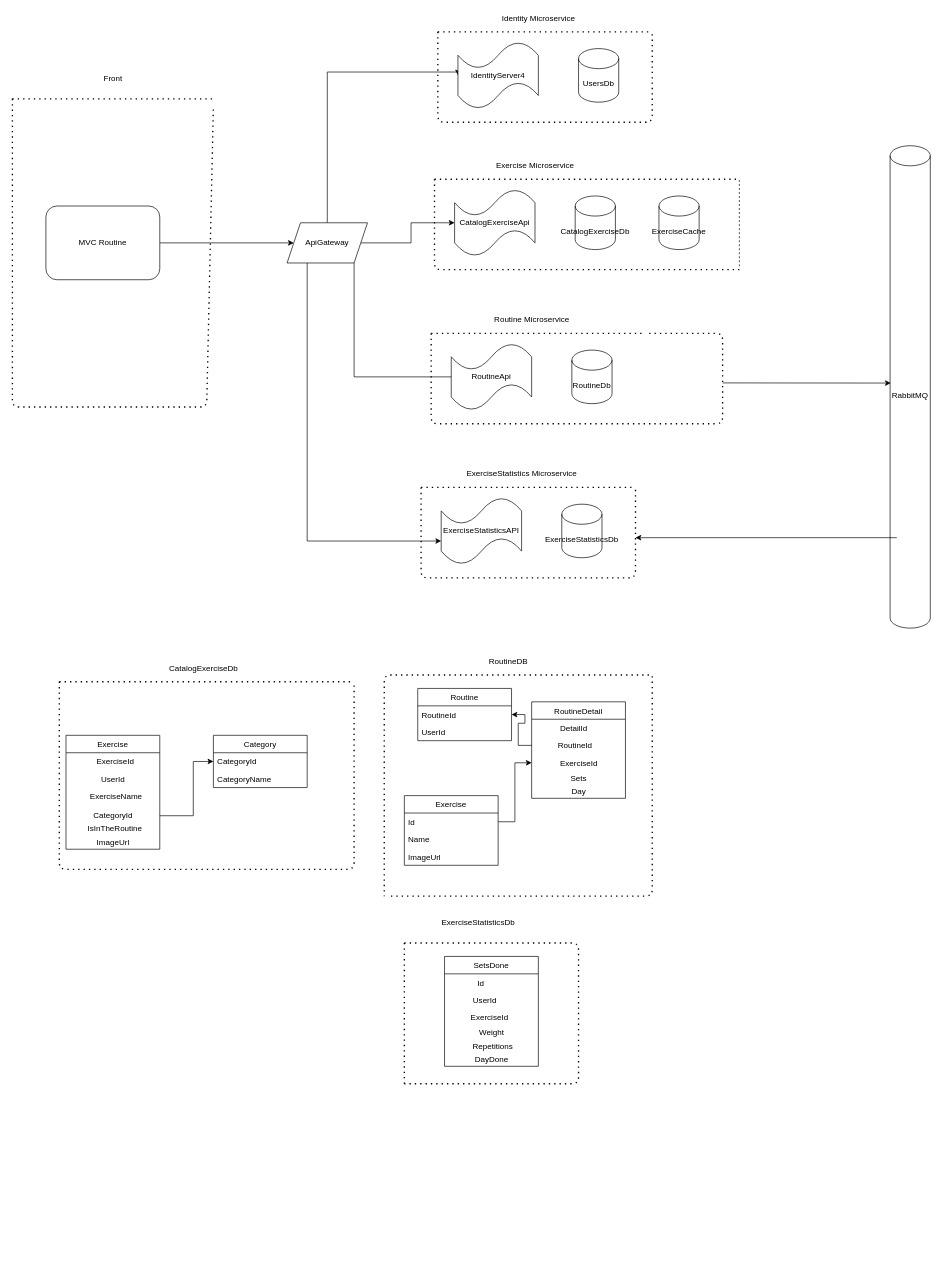
Above: src/RoutineAppDiagram.drawio in kevin982/RoutineApp (draw.io), before the change. Source tidied: cells renumbered, new cells numbered last; positions are measured from the earlier drawing's top-left corner, leaving out a move shared by most shapes. Both pictures are drawn from the tidied source at 67%, with x=0, y=0 at pixel (12, 11).
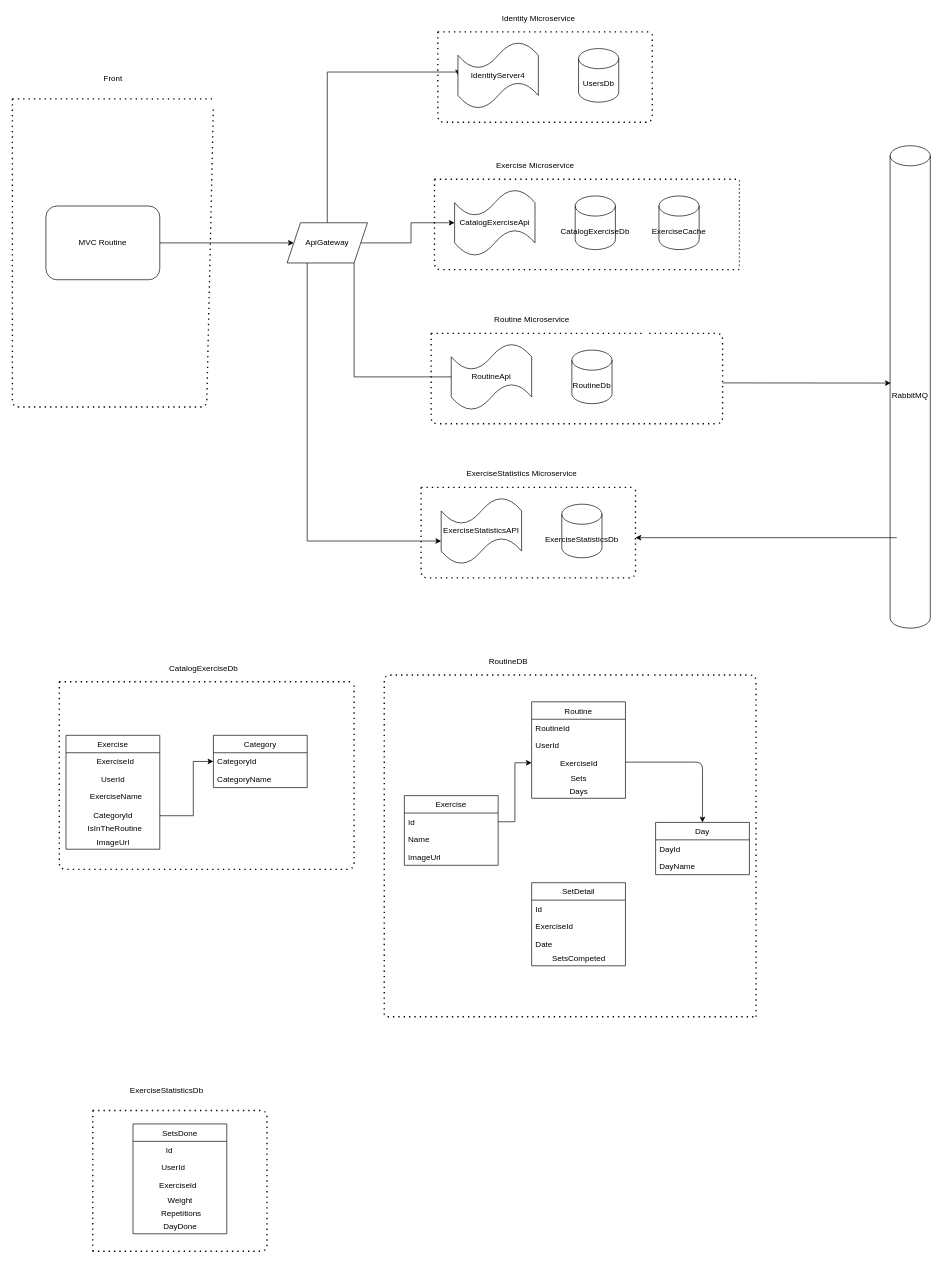
The same page after the edit.

What changed in the source:
```diff
@@
-    <mxCell id="48" value="Routine" style="swimlane;fontStyle=0;horizontal=1;startSize=26;" parent="1" vertex="1">
-      <mxGeometry x="605" y="1010" width="140" height="78" as="geometry" />
-    </mxCell>
-    <mxCell id="49" value="RoutineId" style="text;strokeColor=none;fillColor=none;align=left;verticalAlign=top;spacingLeft=4;spacingRight=4;overflow=hidden;points=[[0,0.5],[1,0.5]];portConstraint=eastwest;" parent="48" vertex="1">
-      <mxGeometry y="26" width="140" height="26" as="geometry" />
-    </mxCell>
-    <mxCell id="50" value="UserId" style="text;strokeColor=none;fillColor=none;align=left;verticalAlign=top;spacingLeft=4;spacingRight=4;overflow=hidden;" parent="48" vertex="1">
-      <mxGeometry y="52" width="140" height="26" as="geometry" />
-    </mxCell>
-    <mxCell id="51" value="RoutineDetail" style="swimlane;fontStyle=0;horizontal=1;startSize=26;" parent="1" vertex="1">
+    <mxCell id="51" value="Routine" style="swimlane;fontStyle=0;horizontal=1;startSize=26;" parent="1" vertex="1">
       <mxGeometry x="775" y="1030" width="140" height="144" as="geometry" />
     </mxCell>
-    <mxCell id="52" value="           DetailId" style="text;strokeColor=none;fillColor=none;align=left;verticalAlign=top;spacingLeft=4;spacingRight=4;overflow=hidden;" parent="51" vertex="1">
+    <mxCell id="52" value="RoutineId" style="text;strokeColor=none;fillColor=none;align=left;verticalAlign=top;spacingLeft=4;spacingRight=4;overflow=hidden;" parent="51" vertex="1">
       <mxGeometry y="26" width="140" height="26" as="geometry" />
     </mxCell>
-    <mxCell id="53" value="          RoutineId" style="text;strokeColor=none;fillColor=none;align=left;verticalAlign=top;spacingLeft=4;spacingRight=4;overflow=hidden;points=[[0,0.5],[1,0.5]];portConstraint=eastwest;" parent="51" vertex="1">
+    <mxCell id="53" value="UserId           " style="text;strokeColor=none;fillColor=none;align=left;verticalAlign=top;spacingLeft=4;spacingRight=4;overflow=hidden;points=[[0,0.5],[1,0.5]];portConstraint=eastwest;" parent="51" vertex="1">
       <mxGeometry y="52" width="140" height="26" as="geometry" />
     </mxCell>
@@
-    <mxCell id="56" value="Day" style="text;html=1;align=center;verticalAlign=middle;strokeColor=none;" parent="51" vertex="1">
+    <mxCell id="56" value="Days" style="text;html=1;align=center;verticalAlign=middle;strokeColor=none;" parent="51" vertex="1">
       <mxGeometry y="124" width="140" height="20" as="geometry" />
     </mxCell>
-    <mxCell id="57" style="edgeStyle=orthogonalEdgeStyle;rounded=0;jettySize=auto;html=1;entryX=1;entryY=0.5;entryDx=0;entryDy=0;" parent="1" edge="1" source="53" target="49">
-      <mxGeometry relative="1" as="geometry" />
-    </mxCell>
     <mxCell id="58" style="endArrow=none;dashed=1;html=1;dashPattern=1 3;strokeWidth=2;" parent="1" edge="1">
       <mxGeometry relative="1" as="geometry">
         <mxPoint x="950" y="990" as="sourcePoint" />
-        <mxPoint x="555" y="1320" as="targetPoint" />
+        <mxPoint x="555" y="1500" as="targetPoint" />
         <Array as="points">
           <mxPoint x="555" y="990" />
         </Array>
       </mxGeometry>
     </mxCell>
     <mxCell id="59" style="endArrow=none;dashed=1;html=1;dashPattern=1 3;strokeWidth=2;" parent="1" edge="1">
       <mxGeometry relative="1" as="geometry">
-        <mxPoint x="565" y="1320" as="sourcePoint" />
+        <mxPoint x="1110" y="1500" as="sourcePoint" />
         <mxPoint x="955" y="990" as="targetPoint" />
         <Array as="points">
-          <mxPoint x="955" y="1320" />
+          <mxPoint x="1110" y="1320" />
+          <mxPoint x="1110" y="990" />
         </Array>
       </mxGeometry>
     </mxCell>
@@
     <mxCell id="65" value="SetsDone" style="swimlane;fontStyle=0;horizontal=1;startSize=26;" parent="1" vertex="1">
-      <mxGeometry x="645" y="1410" width="140" height="164" as="geometry" />
+      <mxGeometry x="180" y="1660" width="140" height="164" as="geometry" />
     </mxCell>
@@
     <mxCell id="72" value="ExerciseStatisticsDb" style="text;html=1;align=center;verticalAlign=middle;strokeColor=none;" parent="1" vertex="1">
-      <mxGeometry x="635" y="1350" width="120" height="20" as="geometry" />
+      <mxGeometry x="170" y="1600" width="120" height="20" as="geometry" />
     </mxCell>
     <mxCell id="73" style="endArrow=none;dashed=1;html=1;dashPattern=1 3;strokeWidth=2;" parent="1" edge="1">
       <mxGeometry relative="1" as="geometry">
-        <mxPoint x="585" y="1390" as="sourcePoint" />
-        <mxPoint x="585" y="1600" as="targetPoint" />
+        <mxPoint x="120" y="1640" as="sourcePoint" />
+        <mxPoint x="120" y="1850" as="targetPoint" />
         <Array as="points">
-          <mxPoint x="845" y="1390" />
-          <mxPoint x="845" y="1600" />
+          <mxPoint x="380" y="1640" />
+          <mxPoint x="380" y="1850" />
         </Array>
       </mxGeometry>
     </mxCell>
     <mxCell id="74" style="endArrow=none;dashed=1;html=1;dashPattern=1 3;strokeWidth=2;" parent="1" edge="1">
       <mxGeometry relative="1" as="geometry">
-        <mxPoint x="585" y="1600" as="sourcePoint" />
-        <mxPoint x="585" y="1390" as="targetPoint" />
+        <mxPoint x="120" y="1850" as="sourcePoint" />
+        <mxPoint x="120" y="1640" as="targetPoint" />
       </mxGeometry>
     </mxCell>
@@
+    <mxCell id="79" value="Day" style="swimlane;fontStyle=0;horizontal=1;startSize=26;" parent="1" vertex="1">
+      <mxGeometry x="960" y="1210" width="140" height="78" as="geometry" />
+    </mxCell>
+    <mxCell id="80" value="DayId" style="text;strokeColor=none;fillColor=none;align=left;verticalAlign=top;spacingLeft=4;spacingRight=4;overflow=hidden;" parent="79" vertex="1">
+      <mxGeometry y="26" width="140" height="26" as="geometry" />
+    </mxCell>
+    <mxCell id="81" value="DayName" style="text;strokeColor=none;fillColor=none;align=left;verticalAlign=top;spacingLeft=4;spacingRight=4;overflow=hidden;" parent="79" vertex="1">
+      <mxGeometry y="52" width="140" height="26" as="geometry" />
+    </mxCell>
+    <mxCell id="82" style="endArrow=classic;html=1;" parent="1" edge="1" target="79">
+      <mxGeometry relative="1" as="geometry">
+        <mxPoint x="915" y="1120" as="sourcePoint" />
+        <Array as="points">
+          <mxPoint x="1030" y="1120" />
+        </Array>
+      </mxGeometry>
+    </mxCell>
+    <mxCell id="83" value="SetDetail" style="swimlane;fontStyle=0;horizontal=1;startSize=26;" parent="1" vertex="1">
+      <mxGeometry x="775" y="1300" width="140" height="124" as="geometry" />
+    </mxCell>
+    <mxCell id="84" value="Id" style="text;strokeColor=none;fillColor=none;align=left;verticalAlign=top;spacingLeft=4;spacingRight=4;overflow=hidden;" parent="83" vertex="1">
+      <mxGeometry y="26" width="140" height="26" as="geometry" />
+    </mxCell>
+    <mxCell id="85" value="ExerciseId" style="text;strokeColor=none;fillColor=none;align=left;verticalAlign=top;spacingLeft=4;spacingRight=4;overflow=hidden;" parent="83" vertex="1">
+      <mxGeometry y="52" width="140" height="26" as="geometry" />
+    </mxCell>
+    <mxCell id="86" value="Date" style="text;strokeColor=none;fillColor=none;align=left;verticalAlign=top;spacingLeft=4;spacingRight=4;overflow=hidden;" parent="83" vertex="1">
+      <mxGeometry y="78" width="140" height="26" as="geometry" />
+    </mxCell>
+    <mxCell id="87" value="SetsCompeted" style="text;html=1;align=center;verticalAlign=middle;strokeColor=none;" parent="83" vertex="1">
+      <mxGeometry y="104" width="140" height="20" as="geometry" />
+    </mxCell>
+    <mxCell id="88" style="endArrow=none;dashed=1;html=1;dashPattern=1 3;strokeWidth=2;" parent="1" edge="1">
+      <mxGeometry relative="1" as="geometry">
+        <mxPoint x="560" y="1500" as="sourcePoint" />
+        <mxPoint x="1110" y="1500" as="targetPoint" />
+      </mxGeometry>
+    </mxCell>
```
